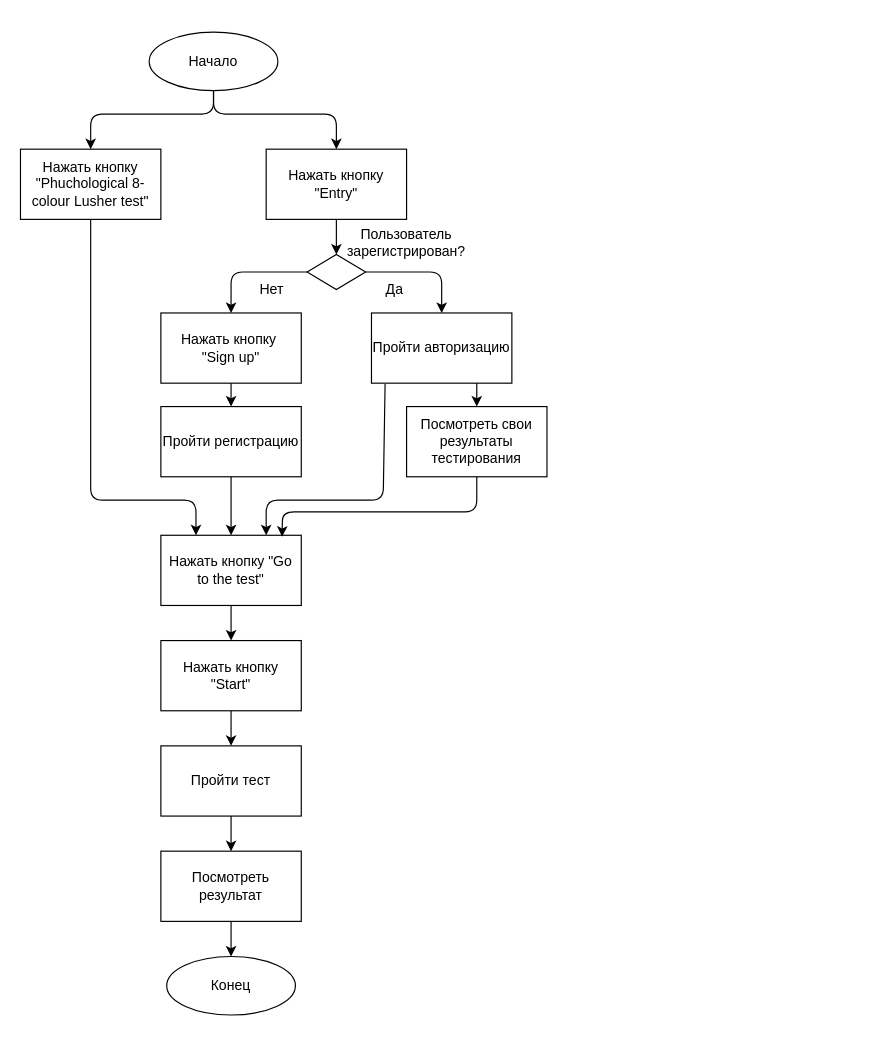
Before: Схема работы приложения.drawio in daryashumeyko/KP_8-colour_Lusher_test, a draw.io diagram. Source tidied: cells renumbered, new cells numbered last; positions are measured from the earlier drawing's top-left corner, leaving out a move shared by most shapes. Both pictures are drawn from the tidied source at 117%, with x=0, y=0 at pixel (20, 32).
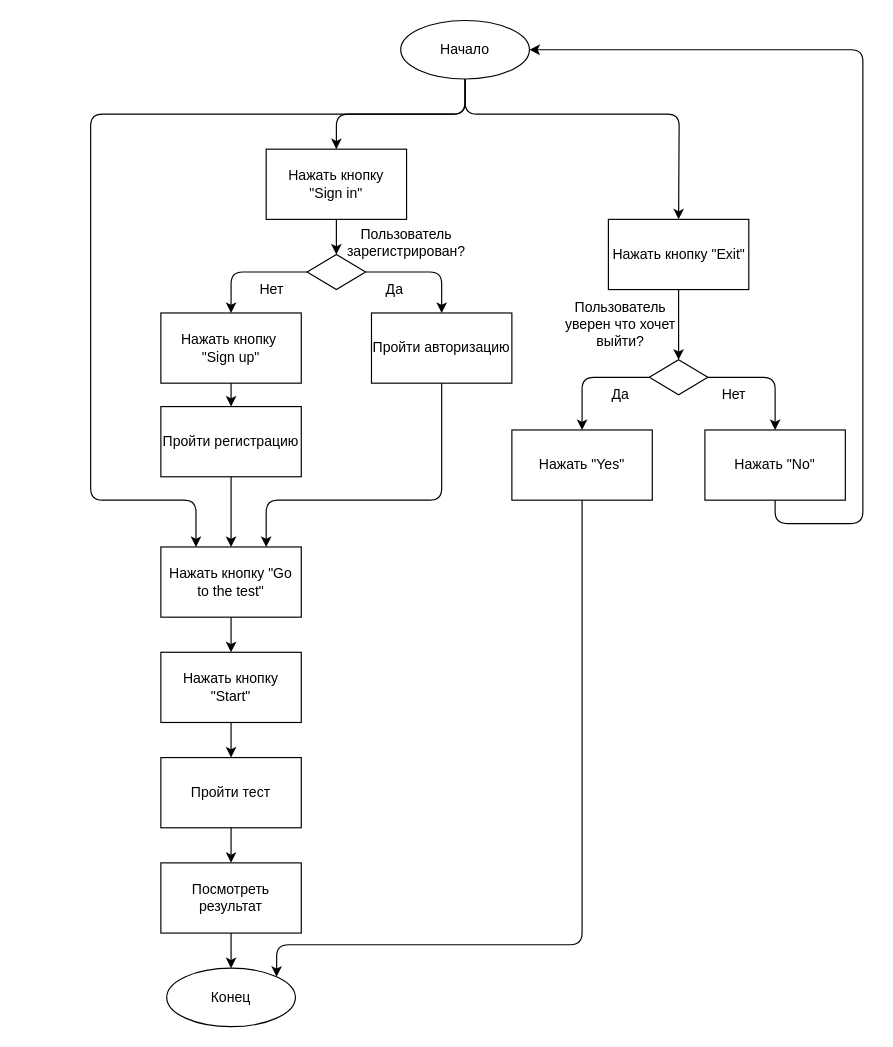
The same page after the edit.

The change refers to these unchanged cells:
```xml
<mxCell id="11" value="Пройти авторизацию" style="rounded=0;whiteSpace=wrap;html=1;" parent="1" vertex="1">
  <mxGeometry x="300" y="240" width="120" height="60" as="geometry" />
</mxCell>
```

Change to the diagram source:
```diff
@@
     <mxCell id="2" value="Начало" style="ellipse;whiteSpace=wrap;html=1;" parent="1" vertex="1">
-      <mxGeometry x="110" width="110" height="50" as="geometry" />
+      <mxGeometry x="325" y="-10" width="110" height="50" as="geometry" />
     </mxCell>
-    <mxCell id="3" value="Нажать кнопку &quot;Phuchological 8-colour Lusher test&quot;" style="rounded=0;whiteSpace=wrap;html=1;" parent="1" vertex="1">
-      <mxGeometry y="100" width="120" height="60" as="geometry" />
-    </mxCell>
-    <mxCell id="4" value="Нажать кнопку &quot;Entry&quot;" style="rounded=0;whiteSpace=wrap;html=1;" parent="1" vertex="1">
+    <mxCell id="4" value="Нажать кнопку &lt;br&gt;&quot;Sign in&quot;" style="rounded=0;whiteSpace=wrap;html=1;" parent="1" vertex="1">
       <mxGeometry x="210" y="100" width="120" height="60" as="geometry" />
     </mxCell>
@@
     <mxCell id="14" value="Нажать кнопку &quot;Go to the test&quot;" style="rounded=0;whiteSpace=wrap;html=1;" parent="1" vertex="1">
-      <mxGeometry x="120" y="430" width="120" height="60" as="geometry" />
+      <mxGeometry x="120" y="440" width="120" height="60" as="geometry" />
     </mxCell>
     <mxCell id="15" value="Нажать кнопку &quot;Start&quot;" style="rounded=0;whiteSpace=wrap;html=1;" parent="1" vertex="1">
-      <mxGeometry x="120" y="520" width="120" height="60" as="geometry" />
+      <mxGeometry x="120" y="530" width="120" height="60" as="geometry" />
     </mxCell>
     <mxCell id="16" value="Пройти тест" style="rounded=0;whiteSpace=wrap;html=1;" parent="1" vertex="1">
-      <mxGeometry x="120" y="610" width="120" height="60" as="geometry" />
+      <mxGeometry x="120" y="620" width="120" height="60" as="geometry" />
     </mxCell>
     <mxCell id="17" value="Посмотреть результат" style="rounded=0;whiteSpace=wrap;html=1;" parent="1" vertex="1">
-      <mxGeometry x="120" y="700" width="120" height="60" as="geometry" />
+      <mxGeometry x="120" y="710" width="120" height="60" as="geometry" />
     </mxCell>
@@
     <mxCell id="21" style="endArrow=classic;html=1;exitX=0.5;exitY=1;exitDx=0;exitDy=0;entryX=0.5;entryY=0;entryDx=0;entryDy=0;" parent="1" edge="1" source="2" target="4">
       <mxGeometry relative="1" as="geometry">
         <Array as="points">
-          <mxPoint x="165" y="70" />
+          <mxPoint x="380" y="70" />
           <mxPoint x="270" y="70" />
         </Array>
       </mxGeometry>
     </mxCell>
-    <mxCell id="22" style="endArrow=classic;html=1;exitX=0.5;exitY=1;exitDx=0;exitDy=0;entryX=0.5;entryY=0;entryDx=0;entryDy=0;" parent="1" edge="1" source="2" target="3">
-      <mxGeometry relative="1" as="geometry">
-        <Array as="points">
-          <mxPoint x="165" y="70" />
-          <mxPoint x="60" y="70" />
-        </Array>
-      </mxGeometry>
-    </mxCell>
-    <mxCell id="23" style="endArrow=classic;html=1;exitX=0.5;exitY=1;exitDx=0;exitDy=0;entryX=0.25;entryY=0;entryDx=0;entryDy=0;" parent="1" edge="1" source="3" target="14">
+    <mxCell id="23" style="endArrow=classic;html=1;exitX=0.5;exitY=1;exitDx=0;exitDy=0;entryX=0.25;entryY=0;entryDx=0;entryDy=0;" parent="1" edge="1" source="2" target="14">
       <mxGeometry relative="1" as="geometry">
         <Array as="points">
+          <mxPoint x="380" y="70" />
+          <mxPoint x="60" y="70" />
           <mxPoint x="60" y="400" />
           <mxPoint x="110" y="400" />
           <mxPoint x="150" y="400" />
         </Array>
       </mxGeometry>
     </mxCell>
@@
-    <mxCell id="25" style="endArrow=classic;html=1;exitX=0.097;exitY=1.013;exitDx=0;exitDy=0;entryX=0.75;entryY=0;entryDx=0;entryDy=0;exitPerimeter=0;" parent="1" edge="1" source="11" target="14">
+    <mxCell id="25" style="endArrow=classic;html=1;exitX=0.5;exitY=1;exitDx=0;exitDy=0;entryX=0.75;entryY=0;entryDx=0;entryDy=0;" parent="1" edge="1" source="11" target="14">
       <mxGeometry relative="1" as="geometry">
         <Array as="points">
+          <mxPoint x="360" y="320" />
+          <mxPoint x="360" y="400" />
           <mxPoint x="310" y="400" />
           <mxPoint x="210" y="400" />
         </Array>
       </mxGeometry>
     </mxCell>
     <mxCell id="26" value="Конец" style="ellipse;whiteSpace=wrap;html=1;" parent="1" vertex="1">
-      <mxGeometry x="125" y="790" width="110" height="50" as="geometry" />
+      <mxGeometry x="125" y="800" width="110" height="50" as="geometry" />
     </mxCell>
@@
-    <mxCell id="30" value="Посмотреть свои результаты тестирования" style="rounded=0;whiteSpace=wrap;html=1;" parent="1" vertex="1">
-      <mxGeometry x="330" y="320" width="120" height="60" as="geometry" />
-    </mxCell>
-    <mxCell id="31" style="endArrow=classic;html=1;exitX=0.75;exitY=1;exitDx=0;exitDy=0;entryX=0.5;entryY=0;entryDx=0;entryDy=0;" parent="1" edge="1" source="11" target="30">
-      <mxGeometry relative="1" as="geometry" />
-    </mxCell>
-    <mxCell id="32" style="endArrow=classic;html=1;exitX=0.5;exitY=1;exitDx=0;exitDy=0;entryX=0.863;entryY=0.02;entryDx=0;entryDy=0;entryPerimeter=0;" parent="1" edge="1" source="30" target="14">
-      <mxGeometry relative="1" as="geometry">
-        <Array as="points">
-          <mxPoint x="390" y="410" />
-          <mxPoint x="224" y="410" />
-        </Array>
-      </mxGeometry>
-    </mxCell>
+    <mxCell id="33" value="Нажать кнопку &quot;Exit&quot;" style="rounded=0;whiteSpace=wrap;html=1;" parent="1" vertex="1">
+      <mxGeometry x="502.5" y="160" width="120" height="60" as="geometry" />
+    </mxCell>
+    <mxCell id="34" style="endArrow=classic;html=1;exitX=0.5;exitY=1;exitDx=0;exitDy=0;entryX=0.5;entryY=0;entryDx=0;entryDy=0;" parent="1" edge="1" source="2" target="33">
+      <mxGeometry relative="1" as="geometry">
+        <Array as="points">
+          <mxPoint x="380" y="70" />
+          <mxPoint x="563" y="70" />
+        </Array>
+      </mxGeometry>
+    </mxCell>
+    <mxCell id="35" style="rhombus;whiteSpace=wrap;html=1;" parent="1" vertex="1">
+      <mxGeometry x="537.5" y="280" width="50" height="30" as="geometry" />
+    </mxCell>
+    <mxCell id="36" style="endArrow=classic;html=1;exitX=0.5;exitY=1;exitDx=0;exitDy=0;entryX=0.5;entryY=0;entryDx=0;entryDy=0;" parent="1" edge="1" source="33" target="35">
+      <mxGeometry relative="1" as="geometry" />
+    </mxCell>
+    <mxCell id="37" value="Нажать &quot;Yes&quot;" style="rounded=0;whiteSpace=wrap;html=1;" parent="1" vertex="1">
+      <mxGeometry x="420" y="340" width="120" height="60" as="geometry" />
+    </mxCell>
+    <mxCell id="38" value="Нажать &quot;No&quot;" style="rounded=0;whiteSpace=wrap;html=1;" parent="1" vertex="1">
+      <mxGeometry x="585" y="340" width="120" height="60" as="geometry" />
+    </mxCell>
+    <mxCell id="39" style="endArrow=classic;html=1;exitX=0;exitY=0.5;exitDx=0;exitDy=0;entryX=0.5;entryY=0;entryDx=0;entryDy=0;" parent="1" edge="1" source="35" target="37">
+      <mxGeometry relative="1" as="geometry">
+        <Array as="points">
+          <mxPoint x="480" y="295" />
+        </Array>
+      </mxGeometry>
+    </mxCell>
+    <mxCell id="40" style="endArrow=classic;html=1;entryX=0.5;entryY=0;entryDx=0;entryDy=0;exitX=1;exitY=0.5;exitDx=0;exitDy=0;" parent="1" edge="1" source="35" target="38">
+      <mxGeometry relative="1" as="geometry">
+        <Array as="points">
+          <mxPoint x="645" y="295" />
+        </Array>
+      </mxGeometry>
+    </mxCell>
+    <mxCell id="41" value="Пользователь уверен что хочет выйти?" style="text;html=1;strokeColor=none;fillColor=none;align=center;verticalAlign=middle;whiteSpace=wrap;rounded=0;" parent="1" vertex="1">
+      <mxGeometry x="462.5" y="240" width="100" height="20" as="geometry" />
+    </mxCell>
+    <mxCell id="42" value="Да" style="text;html=1;strokeColor=none;fillColor=none;align=center;verticalAlign=middle;whiteSpace=wrap;rounded=0;" parent="1" vertex="1">
+      <mxGeometry x="492.5" y="300" width="40" height="20" as="geometry" />
+    </mxCell>
+    <mxCell id="43" value="Нет" style="text;html=1;strokeColor=none;fillColor=none;align=center;verticalAlign=middle;whiteSpace=wrap;rounded=0;" parent="1" vertex="1">
+      <mxGeometry x="590" y="300" width="40" height="20" as="geometry" />
+    </mxCell>
+    <mxCell id="44" style="endArrow=classic;html=1;exitX=0.5;exitY=1;exitDx=0;exitDy=0;entryX=1;entryY=0.5;entryDx=0;entryDy=0;" parent="1" edge="1" source="38" target="2">
+      <mxGeometry relative="1" as="geometry">
+        <Array as="points">
+          <mxPoint x="645" y="420" />
+          <mxPoint x="720" y="420" />
+          <mxPoint x="720" y="15" />
+        </Array>
+      </mxGeometry>
+    </mxCell>
+    <mxCell id="45" style="endArrow=classic;html=1;exitX=0.5;exitY=1;exitDx=0;exitDy=0;entryX=1;entryY=0;entryDx=0;entryDy=0;" parent="1" edge="1" source="37" target="26">
+      <mxGeometry relative="1" as="geometry">
+        <Array as="points">
+          <mxPoint x="480" y="780" />
+          <mxPoint x="219" y="780" />
+        </Array>
+      </mxGeometry>
+    </mxCell>
```
